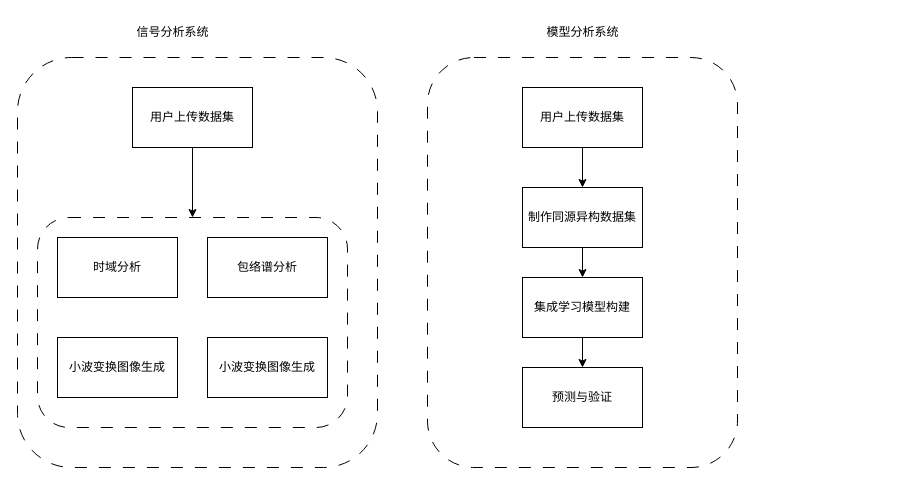
TsukumoYukari/iodraw-files keeps this draw.io diagram as 用户界面.drawio. Above is the earlier version. Source tidied: cells renumbered, new cells numbered last; positions are measured from the earlier drawing's top-left corner, leaving out a move shared by most shapes. Both pictures are drawn from the tidied source at 100%, with x=0, y=0 at pixel (17, 17).
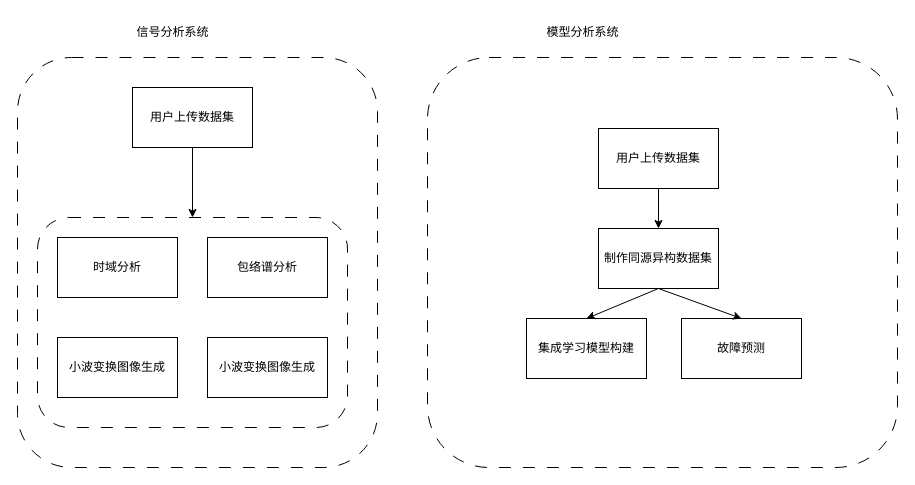
After the change.

Commit message (it also covers changes not shown here):
更新用户界面.drawio

What changed in the source:
```diff
@@
 <mxGraphModel>
   <root>
     <mxCell id="0" />
     <mxCell id="1" parent="0" />
     <mxCell id="2" style="rounded=1;whiteSpace=wrap;html=1;fillColor=none;dashed=1;dashPattern=12 12;" parent="1" vertex="1">
       <mxGeometry y="40" width="360" height="410" as="geometry" />
     </mxCell>
     <mxCell id="3" value="信号分析系统" style="text;html=1;align=center;verticalAlign=middle;strokeColor=none;fillColor=none;" parent="1" vertex="1">
       <mxGeometry x="105" width="100" height="30" as="geometry" />
     </mxCell>
     <mxCell id="4" style="rounded=1;whiteSpace=wrap;html=1;fillColor=none;dashed=1;dashPattern=12 12;" parent="1" vertex="1">
-      <mxGeometry x="410" y="40" width="310" height="410" as="geometry" />
+      <mxGeometry x="410" y="40" width="470" height="410" as="geometry" />
     </mxCell>
     <mxCell id="5" value="模型分析系统" style="text;html=1;align=center;verticalAlign=middle;strokeColor=none;fillColor=none;" parent="1" vertex="1">
       <mxGeometry x="515" width="100" height="30" as="geometry" />
     </mxCell>
     <mxCell id="6" value="用户上传数据集" style="rounded=0;whiteSpace=wrap;html=1;" parent="1" vertex="1">
       <mxGeometry x="115" y="70" width="120" height="60" as="geometry" />
     </mxCell>
     <mxCell id="7" style="endArrow=classic;html=1;rounded=0;exitX=0.5;exitY=1;exitDx=0;exitDy=0;entryX=0.5;entryY=0;entryDx=0;entryDy=0;" parent="1" edge="1" source="6" target="12">
       <mxGeometry relative="1" as="geometry" />
     </mxCell>
     <mxCell id="8" value="时域分析" style="rounded=0;whiteSpace=wrap;html=1;" parent="1" vertex="1">
       <mxGeometry x="40" y="220" width="120" height="60" as="geometry" />
     </mxCell>
     <mxCell id="9" value="包络谱分析" style="rounded=0;whiteSpace=wrap;html=1;" parent="1" vertex="1">
       <mxGeometry x="190" y="220" width="120" height="60" as="geometry" />
     </mxCell>
     <mxCell id="10" value="小波变换图像生成" style="rounded=0;whiteSpace=wrap;html=1;" parent="1" vertex="1">
       <mxGeometry x="40" y="320" width="120" height="60" as="geometry" />
     </mxCell>
     <mxCell id="11" value="小波变换图像生成" style="rounded=0;whiteSpace=wrap;html=1;" parent="1" vertex="1">
       <mxGeometry x="190" y="320" width="120" height="60" as="geometry" />
     </mxCell>
     <mxCell id="12" style="rounded=1;whiteSpace=wrap;html=1;fillColor=none;dashed=1;dashPattern=12 12;" parent="1" vertex="1">
       <mxGeometry x="20" y="200" width="310" height="210" as="geometry" />
     </mxCell>
     <mxCell id="13" value="用户上传数据集" style="rounded=0;whiteSpace=wrap;html=1;" parent="1" vertex="1">
-      <mxGeometry x="505" y="70" width="120" height="60" as="geometry" />
+      <mxGeometry x="581" y="111" width="120" height="60" as="geometry" />
     </mxCell>
     <mxCell id="14" value="制作同源异构数据集" style="rounded=0;whiteSpace=wrap;html=1;" parent="1" vertex="1">
-      <mxGeometry x="505" y="170" width="120" height="60" as="geometry" />
+      <mxGeometry x="581" y="211" width="120" height="60" as="geometry" />
     </mxCell>
     <mxCell id="15" value="集成学习模型构建" style="rounded=0;whiteSpace=wrap;html=1;" parent="1" vertex="1">
-      <mxGeometry x="505" y="260" width="120" height="60" as="geometry" />
+      <mxGeometry x="509" y="301" width="120" height="60" as="geometry" />
     </mxCell>
-    <mxCell id="16" value="预测与验证" style="rounded=0;whiteSpace=wrap;html=1;" parent="1" vertex="1">
-      <mxGeometry x="505" y="350" width="120" height="60" as="geometry" />
-    </mxCell>
     <mxCell id="17" style="endArrow=classic;html=1;rounded=0;entryX=0.5;entryY=0;entryDx=0;entryDy=0;exitX=0.5;exitY=1;exitDx=0;exitDy=0;" parent="1" edge="1" source="13" target="14">
       <mxGeometry relative="1" as="geometry" />
     </mxCell>
     <mxCell id="18" style="endArrow=classic;html=1;rounded=0;entryX=0.5;entryY=0;entryDx=0;entryDy=0;exitX=0.5;exitY=1;exitDx=0;exitDy=0;" parent="1" edge="1" source="14" target="15">
       <mxGeometry relative="1" as="geometry" />
     </mxCell>
-    <mxCell id="19" style="endArrow=classic;html=1;rounded=0;entryX=0.5;entryY=0;entryDx=0;entryDy=0;exitX=0.5;exitY=1;exitDx=0;exitDy=0;" parent="1" edge="1" source="15" target="16">
-      <mxGeometry relative="1" as="geometry" />
-    </mxCell>
+    <mxCell id="20" value="故障预测" style="rounded=0;whiteSpace=wrap;html=1;" parent="1" vertex="1">
+      <mxGeometry x="664" y="301" width="120" height="60" as="geometry" />
+    </mxCell>
+    <mxCell id="21" style="endArrow=classic;html=1;rounded=0;exitX=0.5;exitY=1;exitDx=0;exitDy=0;entryX=0.5;entryY=0;entryDx=0;entryDy=0;" parent="1" edge="1" source="14" target="20">
+      <mxGeometry relative="1" as="geometry" />
+    </mxCell>
   </root>
 </mxGraphModel>
```
